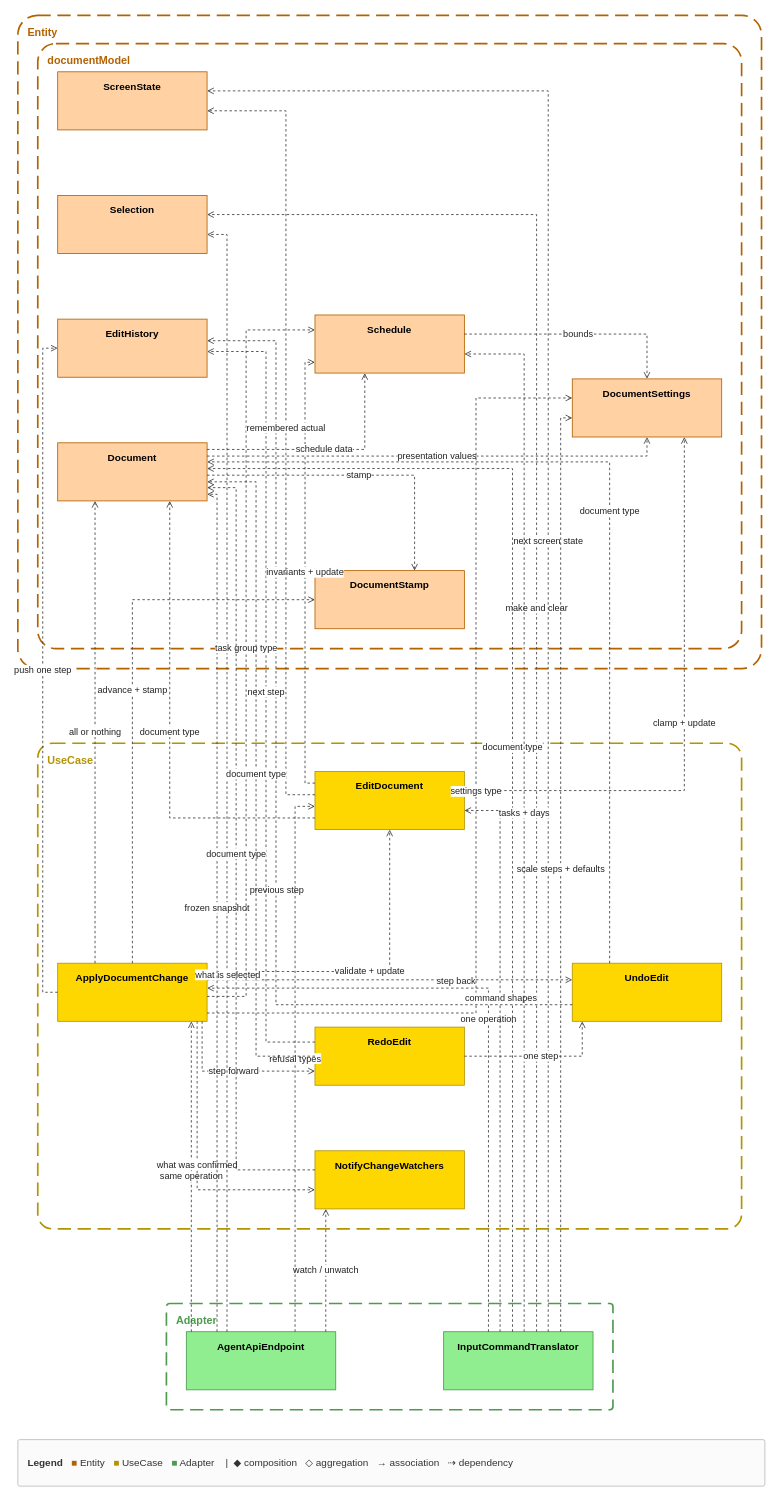
GoodRelax/gr-scheduler keeps this draw.io diagram as docs/spec/_source/view-write.drawio. Above is the earlier version. Source tidied: cells renumbered, new cells numbered last; positions are measured from the earlier drawing's top-left corner, leaving out a move shared by most shapes. Both pictures are drawn from the tidied source at 83%, with x=0, y=0 at pixel (17, 15).
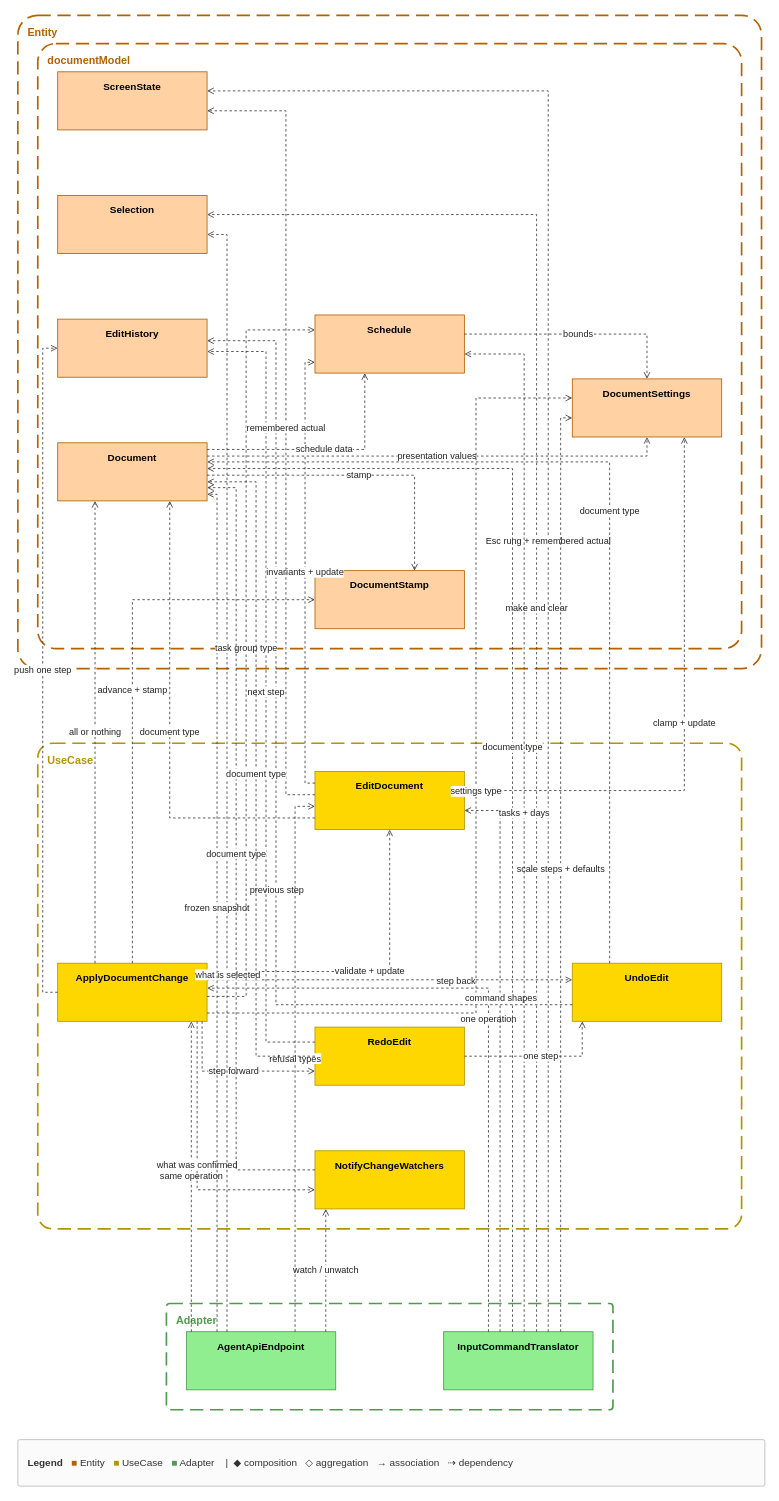
Above is the later version.

The change refers to these unchanged cells:
```xml
<mxCell id="7" value="&lt;b&gt;InputCommandTranslator&lt;/b&gt;" style="rounded=0;whiteSpace=wrap;html=1;verticalAlign=top;spacingTop=4;fillColor=#90EE90;strokeColor=#4E9A4E;" parent="1" vertex="1">
  <mxGeometry x="513" y="1586" width="180" height="70" as="geometry" />
</mxCell>
<mxCell id="19" value="&lt;b&gt;ScreenState&lt;/b&gt;" style="rounded=0;whiteSpace=wrap;html=1;verticalAlign=top;spacingTop=4;fillColor=#FFD1A3;strokeColor=#B36200;" parent="1" vertex="1">
  <mxGeometry x="48" y="68" width="180" height="70" as="geometry" />
</mxCell>
```

Diff of the diagram source:
```diff
@@
-    <mxCell id="43" value="next screen state" style="edgeStyle=orthogonalEdgeStyle;rounded=0;html=1;strokeColor=#3A3A3A;fontSize=11;fontColor=#222222;labelBackgroundColor=#FFFFFF;endArrow=open;dashed=1;" parent="1" edge="1" source="7" target="19">
+    <mxCell id="43" value="Esc rung + remembered actual" style="edgeStyle=orthogonalEdgeStyle;rounded=0;html=1;strokeColor=#3A3A3A;fontSize=11;fontColor=#222222;labelBackgroundColor=#FFFFFF;endArrow=open;dashed=1;" parent="1" edge="1" source="7" target="19">
       <mxGeometry relative="1" as="geometry">
         <Array as="points">
           <mxPoint x="639" y="1357" />
           <mxPoint x="639" y="91" />
           <mxPoint x="639" y="91" />
           <mxPoint x="639" y="91" />
           <mxPoint x="373" y="91" />
         </Array>
       </mxGeometry>
     </mxCell>
```
